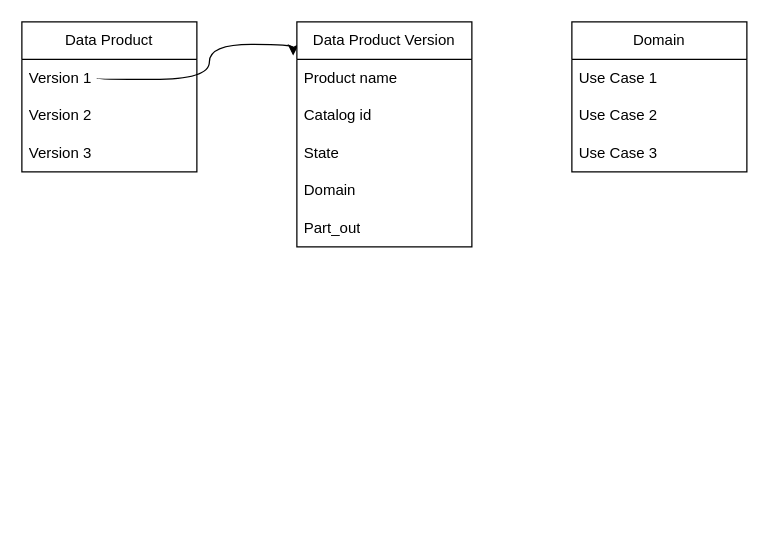
The draw.io diagram dph-concept.drawio in ganisback/draw.io, before the edit. Source tidied: cells renumbered, new cells numbered last; positions are measured from the earlier drawing's top-left corner, leaving out a move shared by most shapes. Both pictures are drawn from the tidied source at 125%, with x=0, y=0 at pixel (21, 21).
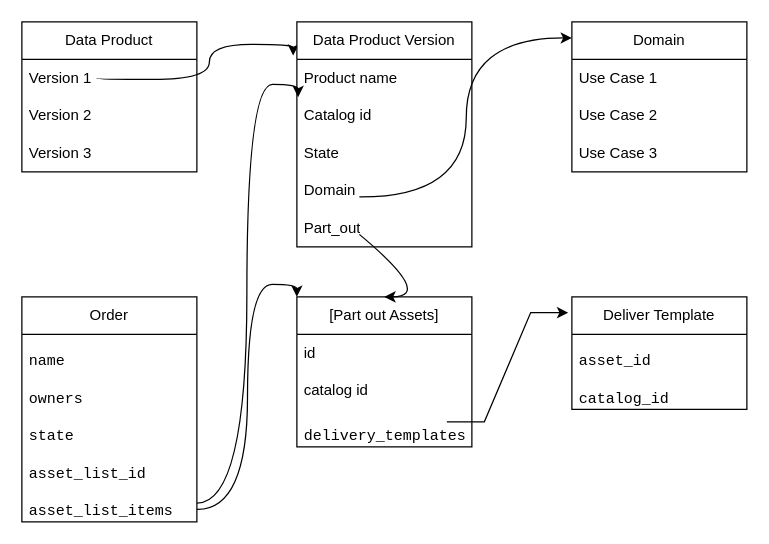
The same diagram, later.

The change refers to these unchanged cells:
```xml
<mxCell id="7" value="Data Product Version" style="swimlane;fontStyle=0;horizontal=1;startSize=30;whiteSpace=wrap;html=1;" parent="1" vertex="1">
  <mxGeometry x="220" width="140" height="180" as="geometry" />
</mxCell>
<mxCell id="9" value="Catalog id" style="text;strokeColor=none;fillColor=none;align=left;verticalAlign=middle;spacingLeft=4;spacingRight=4;overflow=hidden;points=[[0,0.5],[1,0.5]];portConstraint=eastwest;whiteSpace=wrap;html=1;" parent="7" vertex="1">
  <mxGeometry y="60" width="140" height="30" as="geometry" />
</mxCell>
<mxCell id="12" value="Part_out" style="text;strokeColor=none;fillColor=none;align=left;verticalAlign=middle;spacingLeft=4;spacingRight=4;overflow=hidden;points=[[0,0.5],[1,0.5]];portConstraint=eastwest;whiteSpace=wrap;html=1;" parent="7" vertex="1">
  <mxGeometry y="150" width="140" height="30" as="geometry" />
</mxCell>
<mxCell id="13" value="Domain" style="swimlane;fontStyle=0;horizontal=1;startSize=30;whiteSpace=wrap;html=1;" parent="1" vertex="1">
  <mxGeometry x="440" width="140" height="120" as="geometry" />
</mxCell>
```

The edit, as a diff of the source:
```diff
@@
+    <mxCell id="17" style="endArrow=classic;html=1;rounded=0;curved=1;entryX=0;entryY=0.107;entryDx=0;entryDy=0;entryPerimeter=0;edgeStyle=orthogonalEdgeStyle;" parent="7" edge="1" target="13">
+      <mxGeometry relative="1" as="geometry">
+        <mxPoint x="50" y="140" as="sourcePoint" />
+      </mxGeometry>
+    </mxCell>
@@
+    <mxCell id="18" value="[Part out Assets]" style="swimlane;fontStyle=0;horizontal=1;startSize=30;whiteSpace=wrap;html=1;" parent="1" vertex="1">
+      <mxGeometry x="220" y="220" width="140" height="120" as="geometry" />
+    </mxCell>
+    <mxCell id="19" value="id&amp;nbsp;" style="text;strokeColor=none;fillColor=none;align=left;verticalAlign=middle;spacingLeft=4;spacingRight=4;overflow=hidden;whiteSpace=wrap;html=1;" parent="18" vertex="1">
+      <mxGeometry y="30" width="140" height="30" as="geometry" />
+    </mxCell>
+    <mxCell id="20" value="catalog id" style="text;strokeColor=none;fillColor=none;align=left;verticalAlign=middle;spacingLeft=4;spacingRight=4;overflow=hidden;whiteSpace=wrap;html=1;" parent="18" vertex="1">
+      <mxGeometry y="60" width="140" height="30" as="geometry" />
+    </mxCell>
+    <mxCell id="21" value="&lt;pre&gt;&lt;code&gt;delivery_templates&lt;/code&gt;&lt;/pre&gt;" style="text;strokeColor=none;fillColor=none;align=left;verticalAlign=middle;spacingLeft=4;spacingRight=4;overflow=hidden;points=[[0,0.5],[1,0.5]];portConstraint=eastwest;whiteSpace=wrap;html=1;" parent="18" vertex="1">
+      <mxGeometry y="90" width="140" height="30" as="geometry" />
+    </mxCell>
+    <mxCell id="22" value="Deliver Template" style="swimlane;fontStyle=0;horizontal=1;startSize=30;whiteSpace=wrap;html=1;" parent="1" vertex="1">
+      <mxGeometry x="440" y="220" width="140" height="90" as="geometry" />
+    </mxCell>
+    <mxCell id="23" value="&lt;pre&gt;&lt;code&gt;asset_id&lt;/code&gt;&lt;/pre&gt;" style="text;strokeColor=none;fillColor=none;align=left;verticalAlign=middle;spacingLeft=4;spacingRight=4;overflow=hidden;whiteSpace=wrap;html=1;" parent="22" vertex="1">
+      <mxGeometry y="30" width="140" height="30" as="geometry" />
+    </mxCell>
+    <mxCell id="24" value="&lt;pre&gt;&lt;code&gt;catalog_id&lt;/code&gt;&lt;/pre&gt;" style="text;strokeColor=none;fillColor=none;align=left;verticalAlign=middle;spacingLeft=4;spacingRight=4;overflow=hidden;whiteSpace=wrap;html=1;" parent="22" vertex="1">
+      <mxGeometry y="60" width="140" height="30" as="geometry" />
+    </mxCell>
+    <mxCell id="25" style="endArrow=classic;html=1;rounded=0;curved=1;entryX=0.5;entryY=0;entryDx=0;entryDy=0;exitX=0.357;exitY=0.667;exitDx=0;exitDy=0;exitPerimeter=0;" parent="1" edge="1" source="12" target="18">
+      <mxGeometry relative="1" as="geometry">
+        <Array as="points">
+          <mxPoint x="330" y="220" />
+        </Array>
+      </mxGeometry>
+    </mxCell>
+    <mxCell id="26" style="endArrow=classic;html=1;rounded=0;exitX=0.857;exitY=0.333;exitDx=0;exitDy=0;exitPerimeter=0;entryX=-0.021;entryY=0.14;entryDx=0;entryDy=0;entryPerimeter=0;edgeStyle=entityRelationEdgeStyle;" parent="1" edge="1" source="21" target="22">
+      <mxGeometry relative="1" as="geometry" />
+    </mxCell>
+    <mxCell id="27" value="Order" style="swimlane;fontStyle=0;horizontal=1;startSize=30;whiteSpace=wrap;html=1;" parent="1" vertex="1">
+      <mxGeometry y="220" width="140" height="180" as="geometry" />
+    </mxCell>
+    <mxCell id="28" value="&lt;pre&gt;&lt;code&gt;name&lt;/code&gt;&lt;/pre&gt;" style="text;strokeColor=none;fillColor=none;align=left;verticalAlign=middle;spacingLeft=4;spacingRight=4;overflow=hidden;whiteSpace=wrap;html=1;" parent="27" vertex="1">
+      <mxGeometry y="30" width="140" height="30" as="geometry" />
+    </mxCell>
+    <mxCell id="29" value="&lt;pre&gt;&lt;code&gt;owners&lt;/code&gt;&lt;/pre&gt;" style="text;strokeColor=none;fillColor=none;align=left;verticalAlign=middle;spacingLeft=4;spacingRight=4;overflow=hidden;whiteSpace=wrap;html=1;" parent="27" vertex="1">
+      <mxGeometry y="60" width="140" height="30" as="geometry" />
+    </mxCell>
+    <mxCell id="30" value="&lt;pre&gt;&lt;code&gt;state&lt;/code&gt;&lt;/pre&gt;" style="text;strokeColor=none;fillColor=none;align=left;verticalAlign=middle;spacingLeft=4;spacingRight=4;overflow=hidden;whiteSpace=wrap;html=1;" parent="27" vertex="1">
+      <mxGeometry y="90" width="140" height="30" as="geometry" />
+    </mxCell>
+    <mxCell id="31" value="&lt;pre&gt;&lt;code&gt;asset_list_id&lt;/code&gt;&lt;/pre&gt;" style="text;strokeColor=none;fillColor=none;align=left;verticalAlign=middle;spacingLeft=4;spacingRight=4;overflow=hidden;whiteSpace=wrap;html=1;" parent="27" vertex="1">
+      <mxGeometry y="120" width="140" height="30" as="geometry" />
+    </mxCell>
+    <mxCell id="32" value="&lt;pre&gt;&lt;code&gt;asset_list_items&lt;/code&gt;&lt;/pre&gt;" style="text;strokeColor=none;fillColor=none;align=left;verticalAlign=middle;spacingLeft=4;spacingRight=4;overflow=hidden;points=[[0,0.5],[1,0.5]];portConstraint=eastwest;whiteSpace=wrap;html=1;" parent="27" vertex="1">
+      <mxGeometry y="150" width="140" height="30" as="geometry" />
+    </mxCell>
+    <mxCell id="33" style="endArrow=classic;html=1;rounded=0;curved=1;exitX=1;exitY=0.5;exitDx=0;exitDy=0;entryX=0.007;entryY=0.007;entryDx=0;entryDy=0;entryPerimeter=0;edgeStyle=orthogonalEdgeStyle;" parent="1" edge="1" source="32" target="9">
+      <mxGeometry relative="1" as="geometry" />
+    </mxCell>
+    <mxCell id="34" style="endArrow=classic;html=1;rounded=0;curved=1;entryX=0;entryY=0;entryDx=0;entryDy=0;edgeStyle=orthogonalEdgeStyle;" parent="1" edge="1" target="18">
+      <mxGeometry relative="1" as="geometry">
+        <mxPoint x="140" y="390" as="sourcePoint" />
+      </mxGeometry>
+    </mxCell>
```
